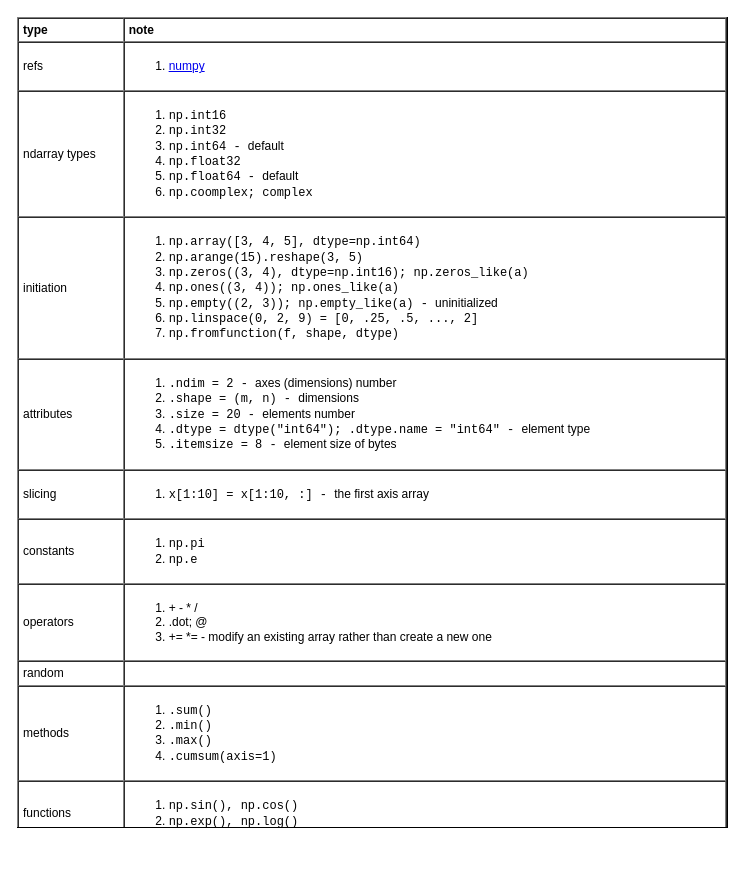
This is page "numpy" (2 of 3) of ml/ml.drawio from yangdj/tf_docs, a draw.io file, before an edit. Source tidied: cells renumbered, new cells numbered last; positions are measured from the earlier drawing's top-left corner, leaving out a move shared by most shapes. Both pictures are drawn from the tidied source at 100%, with x=0, y=0 at pixel (17, 17).
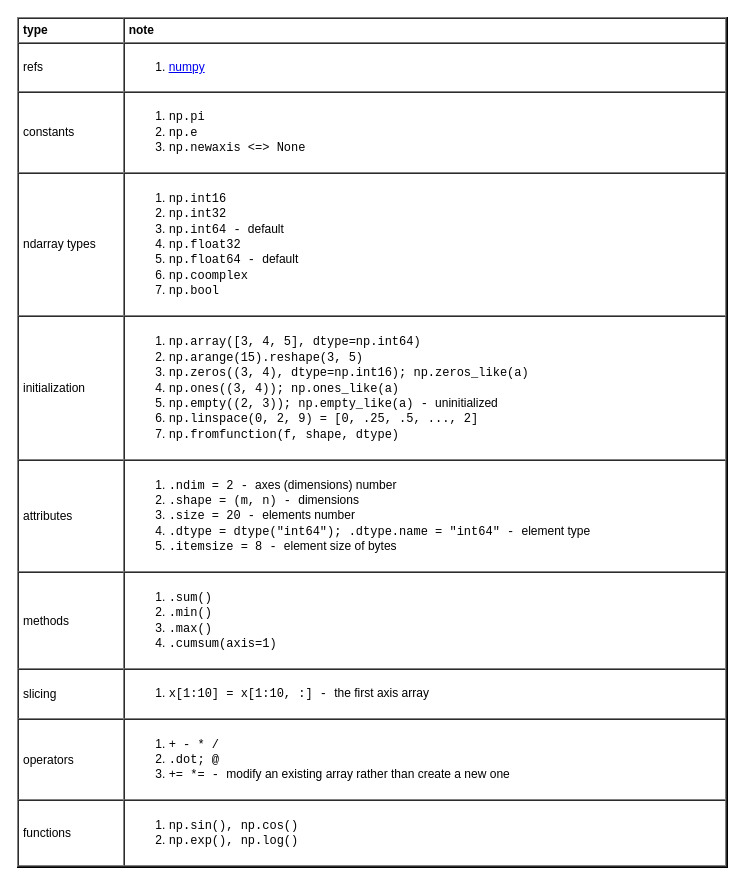
The same page after the edit.

The edit, as a diff of the source:
```diff
@@
 <mxGraphModel>
   <root>
     <mxCell id="0" />
     <mxCell id="1" parent="0" />
-    <mxCell id="2" value="&lt;table cellpadding=&quot;4&quot; cellspacing=&quot;0&quot; border=&quot;1&quot; style=&quot;font-size: 1em ; width: 100% ; height: 100%&quot;&gt;&lt;tbody&gt;&lt;tr&gt;&lt;th&gt;type&lt;/th&gt;&lt;th&gt;note&lt;/th&gt;&lt;/tr&gt;&lt;tr&gt;&lt;td&gt;refs&lt;/td&gt;&lt;td&gt;&lt;ol&gt;&lt;li&gt;&lt;a href=&quot;https://numpy.org/devdocs/reference/index.html#reference&quot;&gt;numpy&lt;/a&gt;&lt;/li&gt;&lt;/ol&gt;&lt;/td&gt;&lt;/tr&gt;&lt;tr&gt;&lt;td&gt;&lt;span style=&quot;text-align: center&quot;&gt;ndarray types&lt;/span&gt;&lt;/td&gt;&lt;td&gt;&lt;ol&gt;&lt;li&gt;&lt;font face=&quot;Courier New&quot;&gt;np.int16&lt;/font&gt;&lt;/li&gt;&lt;li&gt;&lt;font face=&quot;Courier New&quot;&gt;np.int32&lt;/font&gt;&lt;/li&gt;&lt;li&gt;&lt;font face=&quot;Courier New&quot;&gt;np.int64 -&amp;nbsp;&lt;/font&gt;default&lt;/li&gt;&lt;li&gt;&lt;font face=&quot;Courier New&quot;&gt;np.float32&lt;/font&gt;&lt;/li&gt;&lt;li&gt;&lt;font face=&quot;Courier New&quot;&gt;np.float64 -&amp;nbsp;&lt;/font&gt;default&lt;/li&gt;&lt;li&gt;&lt;font face=&quot;Courier New&quot;&gt;np.coomplex; complex&lt;/font&gt;&lt;/li&gt;&lt;/ol&gt;&lt;/td&gt;&lt;/tr&gt;&lt;tr&gt;&lt;td&gt;&lt;span style=&quot;text-align: center&quot;&gt;initiation&lt;/span&gt;&lt;/td&gt;&lt;td&gt;&lt;ol&gt;&lt;li&gt;&lt;font face=&quot;Courier New&quot;&gt;np.array([3, 4, 5], dtype=np.int64)&lt;/font&gt;&lt;/li&gt;&lt;li&gt;&lt;font face=&quot;Courier New&quot;&gt;np.arange(15).reshape(3, 5)&lt;/font&gt;&lt;/li&gt;&lt;li&gt;&lt;font face=&quot;Courier New&quot;&gt;np.zeros((3, 4), dtype=np.int16); np.zeros_like(a)&lt;/font&gt;&lt;/li&gt;&lt;li&gt;&lt;font face=&quot;Courier New&quot;&gt;np.ones((3, 4)); np.ones_like(a)&lt;/font&gt;&lt;/li&gt;&lt;li&gt;&lt;font face=&quot;Courier New&quot;&gt;np.empty((2, 3)); np.empty_like(a)&amp;nbsp;-&amp;nbsp;&lt;/font&gt;uninitialized&lt;/li&gt;&lt;li&gt;&lt;font face=&quot;Courier New&quot;&gt;np.linspace(0, 2, 9) = [0, .25, .5, ..., 2]&lt;/font&gt;&lt;/li&gt;&lt;li&gt;&lt;font face=&quot;Courier New&quot;&gt;np.fromfunction(f, shape, dtype)&lt;/font&gt;&lt;/li&gt;&lt;/ol&gt;&lt;/td&gt;&lt;/tr&gt;&lt;tr&gt;&lt;td&gt;&lt;span style=&quot;text-align: center&quot;&gt;attributes&lt;/span&gt;&lt;br&gt;&lt;/td&gt;&lt;td&gt;&lt;ol&gt;&lt;li&gt;&lt;font face=&quot;Courier New&quot;&gt;.ndim = 2&amp;nbsp;-&amp;nbsp;&lt;/font&gt;axes (dimensions) number&lt;/li&gt;&lt;li&gt;&lt;font face=&quot;Courier New&quot;&gt;.shape = (m, n)&amp;nbsp;-&amp;nbsp;&lt;/font&gt;dimensions&lt;/li&gt;&lt;li&gt;&lt;font face=&quot;Courier New&quot;&gt;.size = 20&amp;nbsp;-&amp;nbsp;&lt;/font&gt;elements number&lt;/li&gt;&lt;li&gt;&lt;font face=&quot;Courier New&quot;&gt;.dtype = dtype(&quot;int64&quot;); .dtype.name = &quot;int64&quot;&amp;nbsp;-&amp;nbsp;&lt;/font&gt;element type&lt;/li&gt;&lt;li&gt;&lt;font face=&quot;Courier New&quot;&gt;.itemsize = 8&amp;nbsp;-&amp;nbsp;&lt;/font&gt;element size of bytes&lt;/li&gt;&lt;/ol&gt;&lt;/td&gt;&lt;/tr&gt;&lt;tr&gt;&lt;td&gt;&lt;span style=&quot;text-align: center&quot;&gt;slicing&lt;/span&gt;&lt;br&gt;&lt;/td&gt;&lt;td&gt;&lt;ol&gt;&lt;li&gt;&lt;font face=&quot;Courier New&quot;&gt;x[1:10] = x[1:10, :] - &lt;/font&gt;the first axis array&lt;/li&gt;&lt;/ol&gt;&lt;/td&gt;&lt;/tr&gt;&lt;tr&gt;&lt;td&gt;&lt;span style=&quot;text-align: center&quot;&gt;constants&lt;/span&gt;&lt;br&gt;&lt;/td&gt;&lt;td&gt;&lt;ol&gt;&lt;li&gt;&lt;font face=&quot;Courier New&quot;&gt;np.pi&lt;/font&gt;&lt;/li&gt;&lt;li&gt;&lt;font face=&quot;Courier New&quot;&gt;np.e&lt;/font&gt;&lt;/li&gt;&lt;/ol&gt;&lt;/td&gt;&lt;/tr&gt;&lt;tr&gt;&lt;td&gt;&lt;span style=&quot;text-align: center&quot;&gt;operators&lt;/span&gt;&lt;br&gt;&lt;/td&gt;&lt;td&gt;&lt;ol&gt;&lt;li&gt;+ - * /&lt;/li&gt;&lt;li&gt;.dot; @&lt;/li&gt;&lt;li&gt;+= *=&lt;font face=&quot;Helvetica&quot; style=&quot;font-size: 1em&quot;&gt;&amp;nbsp;- modify an existing array rather than create a new one&lt;/font&gt;&lt;/li&gt;&lt;/ol&gt;&lt;/td&gt;&lt;/tr&gt;&lt;tr&gt;&lt;td&gt;&lt;span style=&quot;text-align: center&quot;&gt;random&lt;/span&gt;&lt;br&gt;&lt;/td&gt;&lt;td&gt;&lt;br&gt;&lt;/td&gt;&lt;/tr&gt;&lt;tr&gt;&lt;td&gt;&lt;span style=&quot;text-align: center&quot;&gt;methods&lt;/span&gt;&lt;br&gt;&lt;/td&gt;&lt;td&gt;&lt;ol&gt;&lt;li&gt;&lt;font face=&quot;Courier New&quot;&gt;.sum()&lt;/font&gt;&lt;/li&gt;&lt;li&gt;&lt;font face=&quot;Courier New&quot;&gt;.min()&lt;/font&gt;&lt;/li&gt;&lt;li&gt;&lt;font face=&quot;Courier New&quot;&gt;.max()&lt;/font&gt;&lt;/li&gt;&lt;li&gt;&lt;font face=&quot;Courier New&quot;&gt;.cumsum(axis=1)&lt;/font&gt;&lt;/li&gt;&lt;/ol&gt;&lt;/td&gt;&lt;/tr&gt;&lt;tr&gt;&lt;td&gt;&lt;span style=&quot;text-align: center&quot;&gt;functions&lt;/span&gt;&lt;br&gt;&lt;/td&gt;&lt;td&gt;&lt;ol&gt;&lt;li&gt;&lt;font face=&quot;Courier New&quot;&gt;np.sin(), np.cos()&lt;/font&gt;&lt;/li&gt;&lt;li&gt;&lt;font face=&quot;Courier New&quot;&gt;np.exp(), np.log()&lt;/font&gt;&lt;/li&gt;&lt;/ol&gt;&lt;/td&gt;&lt;/tr&gt;&lt;/tbody&gt;&lt;/table&gt; " style="verticalAlign=top;align=left;overflow=fill;fontSize=12;fontFamily=Helvetica;html=1;" parent="1" vertex="1">
-      <mxGeometry width="710" height="810" as="geometry" />
+    <mxCell id="2" value="&lt;table cellpadding=&quot;4&quot; cellspacing=&quot;0&quot; border=&quot;1&quot; style=&quot;font-size: 1em ; width: 100% ; height: 100%&quot;&gt;&lt;tbody&gt;&lt;tr&gt;&lt;th&gt;type&lt;/th&gt;&lt;th&gt;note&lt;/th&gt;&lt;/tr&gt;&lt;tr&gt;&lt;td&gt;refs&lt;/td&gt;&lt;td&gt;&lt;ol&gt;&lt;li&gt;&lt;a href=&quot;https://numpy.org/devdocs/reference/index.html#reference&quot;&gt;numpy&lt;/a&gt;&lt;/li&gt;&lt;/ol&gt;&lt;/td&gt;&lt;/tr&gt;&lt;tr&gt;&lt;td&gt;&lt;span style=&quot;text-align: center&quot;&gt;constants&lt;/span&gt;&lt;br&gt;&lt;/td&gt;&lt;td&gt;&lt;ol&gt;&lt;li&gt;&lt;font face=&quot;Courier New&quot;&gt;np.pi&lt;/font&gt;&lt;/li&gt;&lt;li&gt;&lt;font face=&quot;Courier New&quot;&gt;np.e&lt;/font&gt;&lt;/li&gt;&lt;li&gt;&lt;font face=&quot;Courier New&quot;&gt;np.newaxis &amp;lt;=&amp;gt; None&lt;/font&gt;&lt;/li&gt;&lt;/ol&gt;&lt;/td&gt;&lt;/tr&gt;&lt;tr&gt;&lt;td&gt;&lt;span style=&quot;text-align: center&quot;&gt;ndarray types&lt;/span&gt;&lt;/td&gt;&lt;td&gt;&lt;ol&gt;&lt;li&gt;&lt;font face=&quot;Courier New&quot;&gt;np.int16&lt;/font&gt;&lt;/li&gt;&lt;li&gt;&lt;font face=&quot;Courier New&quot;&gt;np.int32&lt;/font&gt;&lt;/li&gt;&lt;li&gt;&lt;font face=&quot;Courier New&quot;&gt;np.int64 -&amp;nbsp;&lt;/font&gt;default&lt;/li&gt;&lt;li&gt;&lt;font face=&quot;Courier New&quot;&gt;np.float32&lt;/font&gt;&lt;/li&gt;&lt;li&gt;&lt;font face=&quot;Courier New&quot;&gt;np.float64 -&amp;nbsp;&lt;/font&gt;default&lt;/li&gt;&lt;li&gt;&lt;font face=&quot;Courier New&quot;&gt;np.coomplex&lt;/font&gt;&lt;/li&gt;&lt;li&gt;&lt;font face=&quot;Courier New&quot;&gt;np.bool&lt;/font&gt;&lt;/li&gt;&lt;/ol&gt;&lt;/td&gt;&lt;/tr&gt;&lt;tr&gt;&lt;td&gt;&lt;span style=&quot;text-align: center&quot;&gt;initialization&lt;/span&gt;&lt;/td&gt;&lt;td&gt;&lt;ol&gt;&lt;li&gt;&lt;font face=&quot;Courier New&quot;&gt;np.array([3, 4, 5], dtype=np.int64)&lt;/font&gt;&lt;/li&gt;&lt;li&gt;&lt;font face=&quot;Courier New&quot;&gt;np.arange(15).reshape(3, 5)&lt;/font&gt;&lt;/li&gt;&lt;li&gt;&lt;font face=&quot;Courier New&quot;&gt;np.zeros((3, 4), dtype=np.int16); np.zeros_like(a)&lt;/font&gt;&lt;/li&gt;&lt;li&gt;&lt;font face=&quot;Courier New&quot;&gt;np.ones((3, 4)); np.ones_like(a)&lt;/font&gt;&lt;/li&gt;&lt;li&gt;&lt;font face=&quot;Courier New&quot;&gt;np.empty((2, 3)); np.empty_like(a)&amp;nbsp;-&amp;nbsp;&lt;/font&gt;uninitialized&lt;/li&gt;&lt;li&gt;&lt;font face=&quot;Courier New&quot;&gt;np.linspace(0, 2, 9) = [0, .25, .5, ..., 2]&lt;/font&gt;&lt;/li&gt;&lt;li&gt;&lt;font face=&quot;Courier New&quot;&gt;np.fromfunction(f, shape, dtype)&lt;/font&gt;&lt;/li&gt;&lt;/ol&gt;&lt;/td&gt;&lt;/tr&gt;&lt;tr&gt;&lt;td&gt;&lt;span style=&quot;text-align: center&quot;&gt;attributes&lt;/span&gt;&lt;br&gt;&lt;/td&gt;&lt;td&gt;&lt;ol&gt;&lt;li&gt;&lt;font face=&quot;Courier New&quot;&gt;.ndim = 2&amp;nbsp;-&amp;nbsp;&lt;/font&gt;axes (dimensions) number&lt;/li&gt;&lt;li&gt;&lt;font face=&quot;Courier New&quot;&gt;.shape = (m, n)&amp;nbsp;-&amp;nbsp;&lt;/font&gt;dimensions&lt;/li&gt;&lt;li&gt;&lt;font face=&quot;Courier New&quot;&gt;.size = 20&amp;nbsp;-&amp;nbsp;&lt;/font&gt;elements number&lt;/li&gt;&lt;li&gt;&lt;font face=&quot;Courier New&quot;&gt;.dtype = dtype(&quot;int64&quot;); .dtype.name = &quot;int64&quot;&amp;nbsp;-&amp;nbsp;&lt;/font&gt;element type&lt;/li&gt;&lt;li&gt;&lt;font face=&quot;Courier New&quot;&gt;.itemsize = 8&amp;nbsp;-&amp;nbsp;&lt;/font&gt;element size of bytes&lt;/li&gt;&lt;/ol&gt;&lt;/td&gt;&lt;/tr&gt;&lt;tr&gt;&lt;td&gt;&lt;span style=&quot;text-align: center&quot;&gt;methods&lt;/span&gt;&lt;br&gt;&lt;/td&gt;&lt;td&gt;&lt;ol&gt;&lt;li&gt;&lt;font face=&quot;Courier New&quot;&gt;.sum()&lt;/font&gt;&lt;/li&gt;&lt;li&gt;&lt;font face=&quot;Courier New&quot;&gt;.min()&lt;/font&gt;&lt;/li&gt;&lt;li&gt;&lt;font face=&quot;Courier New&quot;&gt;.max()&lt;/font&gt;&lt;/li&gt;&lt;li&gt;&lt;font face=&quot;Courier New&quot;&gt;.cumsum(axis=1)&lt;/font&gt;&lt;/li&gt;&lt;/ol&gt;&lt;/td&gt;&lt;/tr&gt;&lt;tr&gt;&lt;td&gt;&lt;span style=&quot;text-align: center&quot;&gt;slicing&lt;/span&gt;&lt;br&gt;&lt;/td&gt;&lt;td&gt;&lt;ol&gt;&lt;li&gt;&lt;font face=&quot;Courier New&quot;&gt;x[1:10] = x[1:10, :] - &lt;/font&gt;the first axis array&lt;/li&gt;&lt;/ol&gt;&lt;/td&gt;&lt;/tr&gt;&lt;tr&gt;&lt;td&gt;&lt;span style=&quot;text-align: center&quot;&gt;operators&lt;/span&gt;&lt;br&gt;&lt;/td&gt;&lt;td&gt;&lt;ol&gt;&lt;li&gt;&lt;font face=&quot;Courier New&quot;&gt;+ - * /&lt;/font&gt;&lt;/li&gt;&lt;li&gt;&lt;font face=&quot;Courier New&quot;&gt;.dot; @&lt;/font&gt;&lt;/li&gt;&lt;li&gt;&lt;font face=&quot;Courier New&quot;&gt;+= *=&lt;font style=&quot;font-size: 1em&quot;&gt;&amp;nbsp;- &lt;/font&gt;&lt;/font&gt;&lt;font face=&quot;Helvetica&quot; style=&quot;font-size: 1em&quot;&gt;modify an existing array rather than create a new one&lt;/font&gt;&lt;/li&gt;&lt;/ol&gt;&lt;/td&gt;&lt;/tr&gt;&lt;tr&gt;&lt;td&gt;&lt;span style=&quot;text-align: center&quot;&gt;functions&lt;/span&gt;&lt;br&gt;&lt;/td&gt;&lt;td&gt;&lt;ol&gt;&lt;li&gt;&lt;font face=&quot;Courier New&quot;&gt;np.sin(), np.cos()&lt;/font&gt;&lt;/li&gt;&lt;li&gt;&lt;font face=&quot;Courier New&quot;&gt;np.exp(), np.log()&lt;/font&gt;&lt;/li&gt;&lt;/ol&gt;&lt;/td&gt;&lt;/tr&gt;&lt;/tbody&gt;&lt;/table&gt; " style="verticalAlign=top;align=left;overflow=fill;fontSize=12;fontFamily=Helvetica;html=1;" parent="1" vertex="1">
+      <mxGeometry width="710" height="850" as="geometry" />
     </mxCell>
   </root>
 </mxGraphModel>
```
